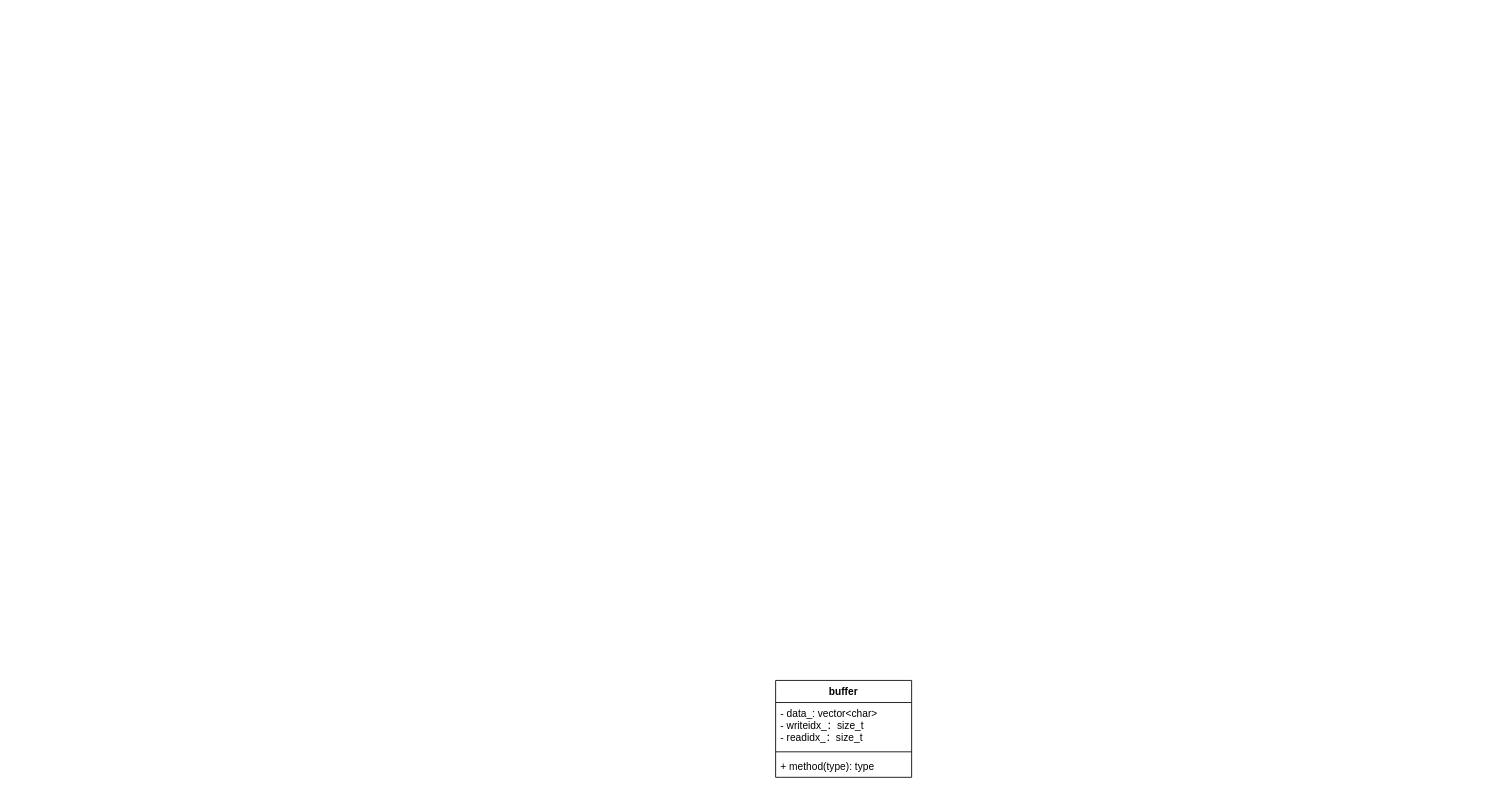
This is page "UML" (2 of 3) of docs/easy_net.drawio from HLhuanglang/eNET, a draw.io file, before an edit. Source tidied: cells renumbered, new cells numbered last; positions are measured from the earlier drawing's top-left corner, leaving out a move shared by most shapes. Both pictures are drawn from the tidied source at 85%, with x=0, y=0 at pixel (775, 680).
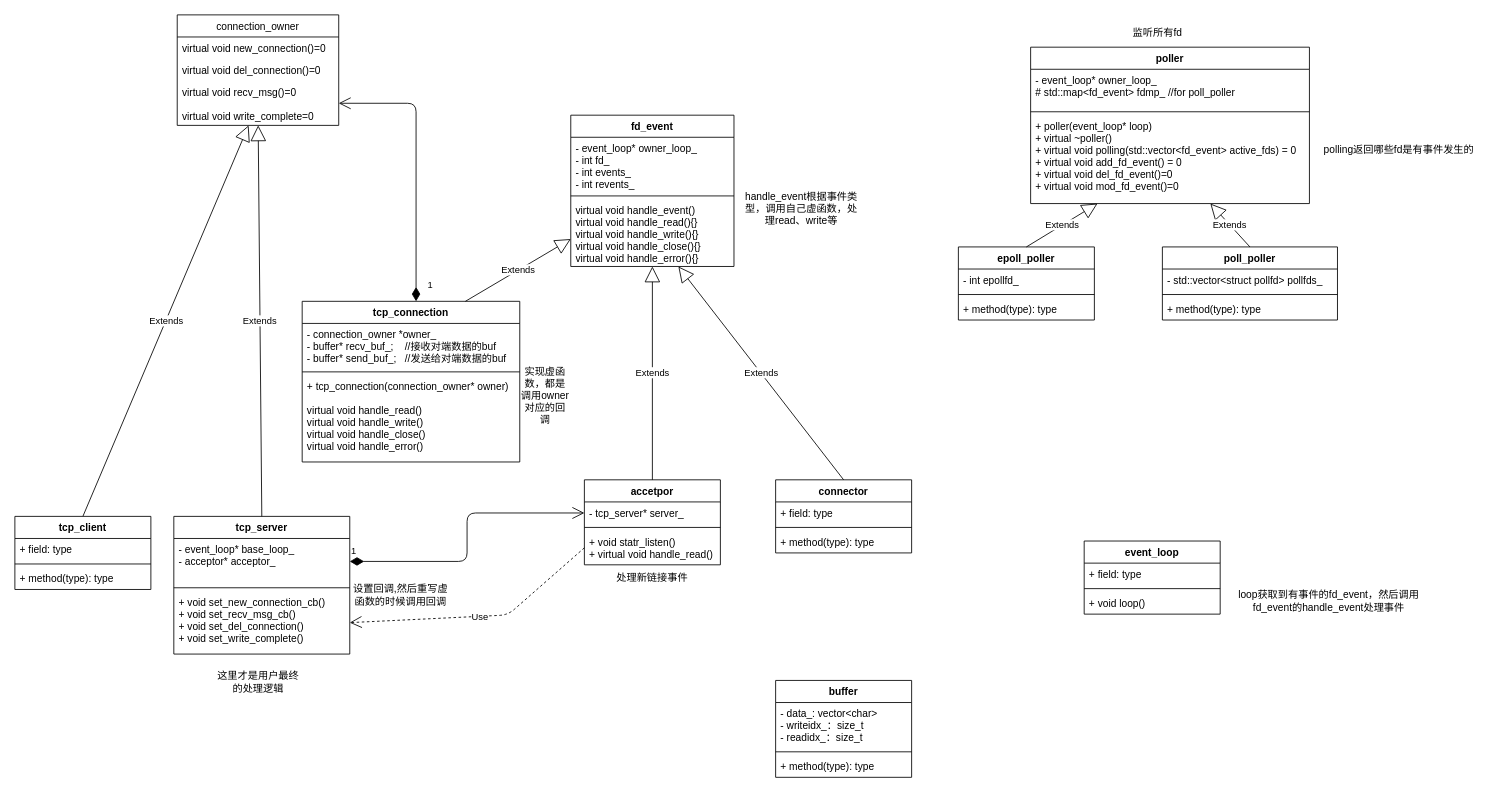
The same page after the edit.

The edit, as a diff of the source:
```diff
@@
+    <mxCell id="6" value="connection_owner" style="swimlane;fontStyle=0;horizontal=1;startSize=26;fillColor=none;" parent="1" vertex="1">
+      <mxGeometry x="-704" y="-783" width="190" height="130" as="geometry" />
+    </mxCell>
+    <mxCell id="7" value="virtual void new_connection()=0" style="text;strokeColor=none;fillColor=none;align=left;verticalAlign=top;spacingLeft=4;spacingRight=4;overflow=hidden;" parent="6" vertex="1">
+      <mxGeometry y="26" width="190" height="26" as="geometry" />
+    </mxCell>
+    <mxCell id="8" value="virtual void del_connection()=0&#10;" style="text;strokeColor=none;fillColor=none;align=left;verticalAlign=top;spacingLeft=4;spacingRight=4;overflow=hidden;" parent="6" vertex="1">
+      <mxGeometry y="52" width="190" height="26" as="geometry" />
+    </mxCell>
+    <mxCell id="9" value="virtual void recv_msg()=0&#10;&#10;virtual void write_complete=0" style="text;strokeColor=none;fillColor=none;align=left;verticalAlign=top;spacingLeft=4;spacingRight=4;overflow=hidden;points=[[0,0.5],[1,0.5]];portConstraint=eastwest;" parent="6" vertex="1">
+      <mxGeometry y="78" width="190" height="52" as="geometry" />
+    </mxCell>
+    <mxCell id="10" value="Extends" style="endArrow=block;endSize=16;endFill=0;html=1;exitX=0.5;exitY=0;exitDx=0;exitDy=0;" parent="1" edge="1" source="11" target="9">
+      <mxGeometry relative="1" as="geometry" />
+    </mxCell>
+    <mxCell id="11" value="tcp_client" style="swimlane;fontStyle=1;align=center;verticalAlign=top;horizontal=1;startSize=26;" parent="1" vertex="1">
+      <mxGeometry x="-895" y="-193" width="160" height="86" as="geometry" />
+    </mxCell>
+    <mxCell id="12" value="+ field: type" style="text;strokeColor=none;fillColor=none;align=left;verticalAlign=top;spacingLeft=4;spacingRight=4;overflow=hidden;" parent="11" vertex="1">
+      <mxGeometry y="26" width="160" height="26" as="geometry" />
+    </mxCell>
+    <mxCell id="13" style="line;strokeWidth=1;fillColor=none;align=left;verticalAlign=middle;spacingTop=-1;spacingLeft=3;spacingRight=3;labelPosition=right;" parent="11" vertex="1">
+      <mxGeometry y="52" width="160" height="8" as="geometry" />
+    </mxCell>
+    <mxCell id="14" value="+ method(type): type" style="text;strokeColor=none;fillColor=none;align=left;verticalAlign=top;spacingLeft=4;spacingRight=4;overflow=hidden;" parent="11" vertex="1">
+      <mxGeometry y="60" width="160" height="26" as="geometry" />
+    </mxCell>
+    <mxCell id="15" value="tcp_server" style="swimlane;fontStyle=1;align=center;verticalAlign=top;horizontal=1;startSize=26;" parent="1" vertex="1">
+      <mxGeometry x="-708" y="-193" width="207" height="162" as="geometry" />
+    </mxCell>
+    <mxCell id="16" value="- event_loop* base_loop_&#10;- acceptor* acceptor_" style="text;strokeColor=none;fillColor=none;align=left;verticalAlign=top;spacingLeft=4;spacingRight=4;overflow=hidden;points=[[0,0.5],[1,0.5]];portConstraint=eastwest;" parent="15" vertex="1">
+      <mxGeometry y="26" width="207" height="54" as="geometry" />
+    </mxCell>
+    <mxCell id="17" style="line;strokeWidth=1;fillColor=none;align=left;verticalAlign=middle;spacingTop=-1;spacingLeft=3;spacingRight=3;labelPosition=right;" parent="15" vertex="1">
+      <mxGeometry y="80" width="207" height="8" as="geometry" />
+    </mxCell>
+    <mxCell id="18" value="+ void set_new_connection_cb()&#10;+ void set_recv_msg_cb()&#10;+ void set_del_connection()&#10;+ void set_write_complete()" style="text;strokeColor=none;fillColor=none;align=left;verticalAlign=top;spacingLeft=4;spacingRight=4;overflow=hidden;points=[[0,0.5],[1,0.5]];portConstraint=eastwest;" parent="15" vertex="1">
+      <mxGeometry y="88" width="207" height="74" as="geometry" />
+    </mxCell>
+    <mxCell id="19" value="Extends" style="endArrow=block;endSize=16;endFill=0;html=1;exitX=0.5;exitY=0;exitDx=0;exitDy=0;" parent="1" edge="1" source="15" target="9">
+      <mxGeometry relative="1" as="geometry" />
+    </mxCell>
+    <mxCell id="20" value="tcp_connection" style="swimlane;fontStyle=1;align=center;verticalAlign=top;horizontal=1;startSize=26;" parent="1" vertex="1">
+      <mxGeometry x="-557" y="-446" width="256" height="189" as="geometry" />
+    </mxCell>
+    <mxCell id="21" value="- connection_owner *owner_&#10;- buffer* recv_buf_;    //接收对端数据的buf&#10;- buffer* send_buf_;   //发送给对端数据的buf" style="text;strokeColor=none;fillColor=none;align=left;verticalAlign=top;spacingLeft=4;spacingRight=4;overflow=hidden;" parent="20" vertex="1">
+      <mxGeometry y="26" width="256" height="53" as="geometry" />
+    </mxCell>
+    <mxCell id="22" style="line;strokeWidth=1;fillColor=none;align=left;verticalAlign=middle;spacingTop=-1;spacingLeft=3;spacingRight=3;labelPosition=right;" parent="20" vertex="1">
+      <mxGeometry y="79" width="256" height="8" as="geometry" />
+    </mxCell>
+    <mxCell id="23" value="+ tcp_connection(connection_owner* owner)&#10;&#10;virtual void handle_read()&#10;virtual void handle_write()&#10;virtual void handle_close()&#10;virtual void handle_error()" style="text;strokeColor=none;fillColor=none;align=left;verticalAlign=top;spacingLeft=4;spacingRight=4;overflow=hidden;" parent="20" vertex="1">
+      <mxGeometry y="87" width="256" height="102" as="geometry" />
+    </mxCell>
+    <mxCell id="24" value="1" style="endArrow=open;html=1;endSize=12;startArrow=diamondThin;startSize=14;startFill=1;edgeStyle=orthogonalEdgeStyle;align=left;verticalAlign=bottom;" parent="1" edge="1" source="20" target="9">
+      <mxGeometry x="-0.94" y="-12" relative="1" as="geometry">
+        <Array as="points">
+          <mxPoint x="-423" y="-679" />
+        </Array>
+      </mxGeometry>
+    </mxCell>
+    <mxCell id="25" value="fd_event" style="swimlane;fontStyle=1;align=center;verticalAlign=top;horizontal=1;startSize=26;" parent="1" vertex="1">
+      <mxGeometry x="-241" y="-665" width="192" height="178" as="geometry" />
+    </mxCell>
+    <mxCell id="26" value="- event_loop* owner_loop_&#10;- int fd_&#10;- int events_&#10;- int revents_" style="text;strokeColor=none;fillColor=none;align=left;verticalAlign=top;spacingLeft=4;spacingRight=4;overflow=hidden;" parent="25" vertex="1">
+      <mxGeometry y="26" width="192" height="65" as="geometry" />
+    </mxCell>
+    <mxCell id="27" style="line;strokeWidth=1;fillColor=none;align=left;verticalAlign=middle;spacingTop=-1;spacingLeft=3;spacingRight=3;labelPosition=right;" parent="25" vertex="1">
+      <mxGeometry y="91" width="192" height="8" as="geometry" />
+    </mxCell>
+    <mxCell id="28" value="virtual void handle_event()&#10;virtual void handle_read(){}&#10;virtual void handle_write(){}&#10;virtual void handle_close(){}&#10;virtual void handle_error(){}" style="text;strokeColor=none;fillColor=none;align=left;verticalAlign=top;spacingLeft=4;spacingRight=4;overflow=hidden;points=[[0,0.5],[1,0.5]];portConstraint=eastwest;" parent="25" vertex="1">
+      <mxGeometry y="99" width="192" height="79" as="geometry" />
+    </mxCell>
+    <mxCell id="29" value="poller" style="swimlane;fontStyle=1;align=center;verticalAlign=top;horizontal=1;startSize=26;" parent="1" vertex="1">
+      <mxGeometry x="300" y="-745" width="328" height="184" as="geometry" />
+    </mxCell>
+    <mxCell id="30" value="- event_loop* owner_loop_&#10;# std::map&lt;fd_event&gt; fdmp_ //for poll_poller" style="text;strokeColor=none;fillColor=none;align=left;verticalAlign=top;spacingLeft=4;spacingRight=4;overflow=hidden;" parent="29" vertex="1">
+      <mxGeometry y="26" width="328" height="46" as="geometry" />
+    </mxCell>
+    <mxCell id="31" style="line;strokeWidth=1;fillColor=none;align=left;verticalAlign=middle;spacingTop=-1;spacingLeft=3;spacingRight=3;labelPosition=right;" parent="29" vertex="1">
+      <mxGeometry y="72" width="328" height="8" as="geometry" />
+    </mxCell>
+    <mxCell id="32" value="+ poller(event_loop* loop)&#10;+ virtual ~poller()&#10;+ virtual void polling(std::vector&lt;fd_event&gt; active_fds) = 0&#10;+ virtual void add_fd_event() = 0&#10;+ virtual void del_fd_event()=0&#10;+ virtual void mod_fd_event()=0" style="text;strokeColor=none;fillColor=none;align=left;verticalAlign=top;spacingLeft=4;spacingRight=4;overflow=hidden;points=[[0,0.5],[1,0.5]];portConstraint=eastwest;" parent="29" vertex="1">
+      <mxGeometry y="80" width="328" height="104" as="geometry" />
+    </mxCell>
+    <mxCell id="33" value="epoll_poller" style="swimlane;fontStyle=1;align=center;verticalAlign=top;horizontal=1;startSize=26;" parent="1" vertex="1">
+      <mxGeometry x="215" y="-510" width="160" height="86" as="geometry" />
+    </mxCell>
+    <mxCell id="34" value="- int epollfd_" style="text;strokeColor=none;fillColor=none;align=left;verticalAlign=top;spacingLeft=4;spacingRight=4;overflow=hidden;" parent="33" vertex="1">
+      <mxGeometry y="26" width="160" height="26" as="geometry" />
+    </mxCell>
+    <mxCell id="35" style="line;strokeWidth=1;fillColor=none;align=left;verticalAlign=middle;spacingTop=-1;spacingLeft=3;spacingRight=3;labelPosition=right;" parent="33" vertex="1">
+      <mxGeometry y="52" width="160" height="8" as="geometry" />
+    </mxCell>
+    <mxCell id="36" value="+ method(type): type" style="text;strokeColor=none;fillColor=none;align=left;verticalAlign=top;spacingLeft=4;spacingRight=4;overflow=hidden;" parent="33" vertex="1">
+      <mxGeometry y="60" width="160" height="26" as="geometry" />
+    </mxCell>
+    <mxCell id="37" value="poll_poller" style="swimlane;fontStyle=1;align=center;verticalAlign=top;horizontal=1;startSize=26;" parent="1" vertex="1">
+      <mxGeometry x="455" y="-510" width="206" height="86" as="geometry" />
+    </mxCell>
+    <mxCell id="38" value="- std::vector&lt;struct pollfd&gt; pollfds_" style="text;strokeColor=none;fillColor=none;align=left;verticalAlign=top;spacingLeft=4;spacingRight=4;overflow=hidden;" parent="37" vertex="1">
+      <mxGeometry y="26" width="206" height="26" as="geometry" />
+    </mxCell>
+    <mxCell id="39" style="line;strokeWidth=1;fillColor=none;align=left;verticalAlign=middle;spacingTop=-1;spacingLeft=3;spacingRight=3;labelPosition=right;" parent="37" vertex="1">
+      <mxGeometry y="52" width="206" height="8" as="geometry" />
+    </mxCell>
+    <mxCell id="40" value="+ method(type): type" style="text;strokeColor=none;fillColor=none;align=left;verticalAlign=top;spacingLeft=4;spacingRight=4;overflow=hidden;" parent="37" vertex="1">
+      <mxGeometry y="60" width="206" height="26" as="geometry" />
+    </mxCell>
+    <mxCell id="41" value="Extends" style="endArrow=block;endSize=16;endFill=0;html=1;exitX=0.5;exitY=0;exitDx=0;exitDy=0;" parent="1" edge="1" source="33" target="32">
+      <mxGeometry relative="1" as="geometry" />
+    </mxCell>
+    <mxCell id="42" value="Extends" style="endArrow=block;endSize=16;endFill=0;html=1;exitX=0.5;exitY=0;exitDx=0;exitDy=0;" parent="1" edge="1" source="37" target="32">
+      <mxGeometry relative="1" as="geometry" />
+    </mxCell>
+    <mxCell id="43" value="Extends" style="endArrow=block;endSize=16;endFill=0;html=1;exitX=0.75;exitY=0;exitDx=0;exitDy=0;" parent="1" edge="1" source="20" target="25">
+      <mxGeometry relative="1" as="geometry" />
+    </mxCell>
+    <mxCell id="44" value="event_loop" style="swimlane;fontStyle=1;align=center;verticalAlign=top;horizontal=1;startSize=26;" parent="1" vertex="1">
+      <mxGeometry x="363" y="-164" width="160" height="86" as="geometry" />
+    </mxCell>
+    <mxCell id="45" value="+ field: type" style="text;strokeColor=none;fillColor=none;align=left;verticalAlign=top;spacingLeft=4;spacingRight=4;overflow=hidden;" parent="44" vertex="1">
+      <mxGeometry y="26" width="160" height="26" as="geometry" />
+    </mxCell>
+    <mxCell id="46" style="line;strokeWidth=1;fillColor=none;align=left;verticalAlign=middle;spacingTop=-1;spacingLeft=3;spacingRight=3;labelPosition=right;" parent="44" vertex="1">
+      <mxGeometry y="52" width="160" height="8" as="geometry" />
+    </mxCell>
+    <mxCell id="47" value="+ void loop()" style="text;strokeColor=none;fillColor=none;align=left;verticalAlign=top;spacingLeft=4;spacingRight=4;overflow=hidden;" parent="44" vertex="1">
+      <mxGeometry y="60" width="160" height="26" as="geometry" />
+    </mxCell>
+    <mxCell id="48" value="accetpor" style="swimlane;fontStyle=1;align=center;verticalAlign=top;horizontal=1;startSize=26;" parent="1" vertex="1">
+      <mxGeometry x="-225" y="-236" width="160" height="100" as="geometry" />
+    </mxCell>
+    <mxCell id="49" value="- tcp_server* server_" style="text;strokeColor=none;fillColor=none;align=left;verticalAlign=top;spacingLeft=4;spacingRight=4;overflow=hidden;points=[[0,0.5],[1,0.5]];portConstraint=eastwest;" parent="48" vertex="1">
+      <mxGeometry y="26" width="160" height="26" as="geometry" />
+    </mxCell>
+    <mxCell id="50" style="line;strokeWidth=1;fillColor=none;align=left;verticalAlign=middle;spacingTop=-1;spacingLeft=3;spacingRight=3;labelPosition=right;" parent="48" vertex="1">
+      <mxGeometry y="52" width="160" height="8" as="geometry" />
+    </mxCell>
+    <mxCell id="51" value="+ void statr_listen()&#10;+ virtual void handle_read()" style="text;strokeColor=none;fillColor=none;align=left;verticalAlign=top;spacingLeft=4;spacingRight=4;overflow=hidden;points=[[0,0.5],[1,0.5]];portConstraint=eastwest;" parent="48" vertex="1">
+      <mxGeometry y="60" width="160" height="40" as="geometry" />
+    </mxCell>
+    <mxCell id="52" value="connector" style="swimlane;fontStyle=1;align=center;verticalAlign=top;horizontal=1;startSize=26;" parent="1" vertex="1">
+      <mxGeometry y="-236" width="160" height="86" as="geometry" />
+    </mxCell>
+    <mxCell id="53" value="+ field: type" style="text;strokeColor=none;fillColor=none;align=left;verticalAlign=top;spacingLeft=4;spacingRight=4;overflow=hidden;" parent="52" vertex="1">
+      <mxGeometry y="26" width="160" height="26" as="geometry" />
+    </mxCell>
+    <mxCell id="54" style="line;strokeWidth=1;fillColor=none;align=left;verticalAlign=middle;spacingTop=-1;spacingLeft=3;spacingRight=3;labelPosition=right;" parent="52" vertex="1">
+      <mxGeometry y="52" width="160" height="8" as="geometry" />
+    </mxCell>
+    <mxCell id="55" value="+ method(type): type" style="text;strokeColor=none;fillColor=none;align=left;verticalAlign=top;spacingLeft=4;spacingRight=4;overflow=hidden;" parent="52" vertex="1">
+      <mxGeometry y="60" width="160" height="26" as="geometry" />
+    </mxCell>
+    <mxCell id="56" value="Extends" style="endArrow=block;endSize=16;endFill=0;html=1;exitX=0.5;exitY=0;exitDx=0;exitDy=0;" parent="1" edge="1" source="48" target="28">
+      <mxGeometry relative="1" as="geometry" />
+    </mxCell>
+    <mxCell id="57" value="Extends" style="endArrow=block;endSize=16;endFill=0;html=1;exitX=0.5;exitY=0;exitDx=0;exitDy=0;" parent="1" edge="1" source="52" target="28">
+      <mxGeometry relative="1" as="geometry" />
+    </mxCell>
+    <mxCell id="58" value="设置回调,然后重写虚函数的时候调用回调" style="text;html=1;strokeColor=none;fillColor=none;align=center;verticalAlign=middle;whiteSpace=wrap;rounded=0;" parent="1" vertex="1">
+      <mxGeometry x="-501" y="-115" width="120" height="30" as="geometry" />
+    </mxCell>
+    <mxCell id="59" value="监听所有fd" style="text;html=1;strokeColor=none;fillColor=none;align=center;verticalAlign=middle;whiteSpace=wrap;rounded=0;" parent="1" vertex="1">
+      <mxGeometry x="403.5" y="-777" width="91" height="30" as="geometry" />
+    </mxCell>
+    <mxCell id="60" value="polling返回哪些fd是有事件发生的" style="text;html=1;strokeColor=none;fillColor=none;align=center;verticalAlign=middle;whiteSpace=wrap;rounded=0;" parent="1" vertex="1">
+      <mxGeometry x="639" y="-639" width="189" height="30" as="geometry" />
+    </mxCell>
+    <mxCell id="61" value="loop获取到有事件的fd_event，然后调用fd_event的handle_event处理事件" style="text;html=1;strokeColor=none;fillColor=none;align=center;verticalAlign=middle;whiteSpace=wrap;rounded=0;" parent="1" vertex="1">
+      <mxGeometry x="525" y="-108" width="252" height="30" as="geometry" />
+    </mxCell>
+    <mxCell id="62" value="handle_event根据事件类型，调用自己虚函数，处理read、write等" style="text;html=1;strokeColor=none;fillColor=none;align=center;verticalAlign=middle;whiteSpace=wrap;rounded=0;" parent="1" vertex="1">
+      <mxGeometry x="-38" y="-570" width="137" height="30" as="geometry" />
+    </mxCell>
+    <mxCell id="63" value="实现虚函数，都是调用owner对应的回调" style="text;html=1;strokeColor=none;fillColor=none;align=center;verticalAlign=middle;whiteSpace=wrap;rounded=0;" parent="1" vertex="1">
+      <mxGeometry x="-301" y="-350" width="60" height="30" as="geometry" />
+    </mxCell>
+    <mxCell id="64" value="这里才是用户最终的处理逻辑" style="text;html=1;strokeColor=none;fillColor=none;align=center;verticalAlign=middle;whiteSpace=wrap;rounded=0;" parent="1" vertex="1">
+      <mxGeometry x="-660" y="-13" width="103" height="30" as="geometry" />
+    </mxCell>
+    <mxCell id="65" value="1" style="endArrow=open;html=1;endSize=12;startArrow=diamondThin;startSize=14;startFill=1;edgeStyle=orthogonalEdgeStyle;align=left;verticalAlign=bottom;entryX=0;entryY=0.5;entryDx=0;entryDy=0;" parent="1" edge="1" source="16" target="49">
+      <mxGeometry x="-1" y="3" relative="1" as="geometry" />
+    </mxCell>
+    <mxCell id="66" value="处理新链接事件" style="text;html=1;strokeColor=none;fillColor=none;align=center;verticalAlign=middle;whiteSpace=wrap;rounded=0;" parent="1" vertex="1">
+      <mxGeometry x="-199" y="-136" width="108" height="30" as="geometry" />
+    </mxCell>
+    <mxCell id="67" value="Use" style="endArrow=open;endSize=12;dashed=1;html=1;exitX=0;exitY=0.5;exitDx=0;exitDy=0;entryX=1;entryY=0.5;entryDx=0;entryDy=0;" parent="1" edge="1" source="51" target="18">
+      <mxGeometry relative="1" as="geometry">
+        <Array as="points">
+          <mxPoint x="-315" y="-77" />
+        </Array>
+      </mxGeometry>
+    </mxCell>
```
